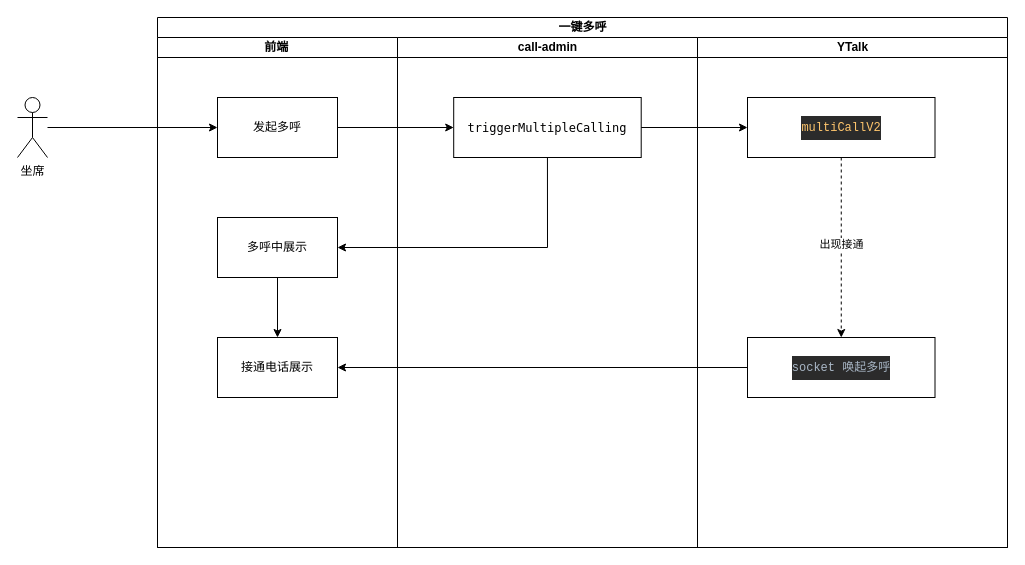
The draw.io diagram 电销-一键多呼.drawio in ABIN-DS/flowchart, before the edit. Source tidied: cells renumbered, new cells numbered last; positions are measured from the earlier drawing's top-left corner, leaving out a move shared by most shapes. Both pictures are drawn from the tidied source at 100%, with x=0, y=0 at pixel (17, 17).
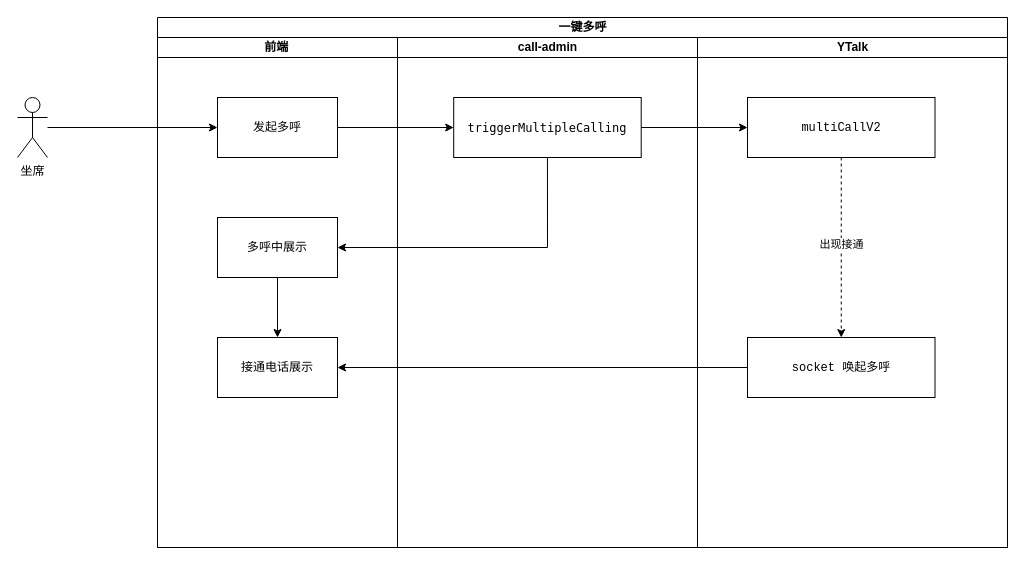
The same diagram, later.

Commit message (it also covers changes not shown here):
更新电销-一键多呼.drawio

The change refers to these unchanged cells:
```xml
<mxCell id="10" value="YTalk" style="swimlane;startSize=20;html=1;" parent="2" vertex="1">
  <mxGeometry x="540" y="20" width="310" height="510" as="geometry" />
</mxCell>
```

Diff of the diagram source:
```diff
@@
-    <mxCell id="13" value="&lt;div style=&quot;background-color: rgb(255, 255, 254); font-family: Menlo, Monaco, &amp;quot;Courier New&amp;quot;, monospace; line-height: 24px; white-space: pre;&quot;&gt;&lt;div style=&quot;background-color:#2b2b2b;color:#a9b7c6&quot;&gt;&lt;pre style=&quot;font-family:'JetBrains Mono',monospace;font-size:9.0pt;&quot;&gt;&lt;span style=&quot;color:#ffc66d;&quot;&gt;multiCallV2&lt;/span&gt;&lt;/pre&gt;&lt;/div&gt;&lt;/div&gt;" style="rounded=0;whiteSpace=wrap;html=1;" parent="10" vertex="1">
+    <mxCell id="13" value="&lt;div style=&quot;font-family: Menlo, Monaco, &amp;quot;Courier New&amp;quot;, monospace; line-height: 24px; white-space: pre;&quot;&gt;&lt;div style=&quot;&quot;&gt;&lt;pre style=&quot;font-family: &amp;quot;JetBrains Mono&amp;quot;, monospace; font-size: 9pt;&quot;&gt;multiCallV2&lt;/pre&gt;&lt;/div&gt;&lt;/div&gt;" style="rounded=0;whiteSpace=wrap;html=1;" parent="10" vertex="1">
       <mxGeometry x="50" y="60" width="187.5" height="60" as="geometry" />
     </mxCell>
-    <mxCell id="14" value="&lt;div style=&quot;background-color: rgb(255, 255, 254); font-family: Menlo, Monaco, &amp;quot;Courier New&amp;quot;, monospace; line-height: 24px; white-space: pre;&quot;&gt;&lt;div style=&quot;background-color:#2b2b2b;color:#a9b7c6&quot;&gt;&lt;pre style=&quot;font-family:'JetBrains Mono',monospace;font-size:9.0pt;&quot;&gt;socket 唤起多呼&lt;/pre&gt;&lt;/div&gt;&lt;/div&gt;" style="rounded=0;whiteSpace=wrap;html=1;" parent="10" vertex="1">
+    <mxCell id="14" value="&lt;div style=&quot;font-family: Menlo, Monaco, &amp;quot;Courier New&amp;quot;, monospace; line-height: 24px; white-space: pre;&quot;&gt;&lt;div style=&quot;&quot;&gt;&lt;pre style=&quot;font-family: &amp;quot;JetBrains Mono&amp;quot;, monospace; font-size: 9pt;&quot;&gt;&lt;span style=&quot;background-color: rgb(255, 255, 255);&quot;&gt;socket 唤起多呼&lt;/span&gt;&lt;/pre&gt;&lt;/div&gt;&lt;/div&gt;" style="rounded=0;whiteSpace=wrap;html=1;strokeColor=default;" parent="10" vertex="1">
       <mxGeometry x="50" y="300" width="187.5" height="60" as="geometry" />
     </mxCell>
```
